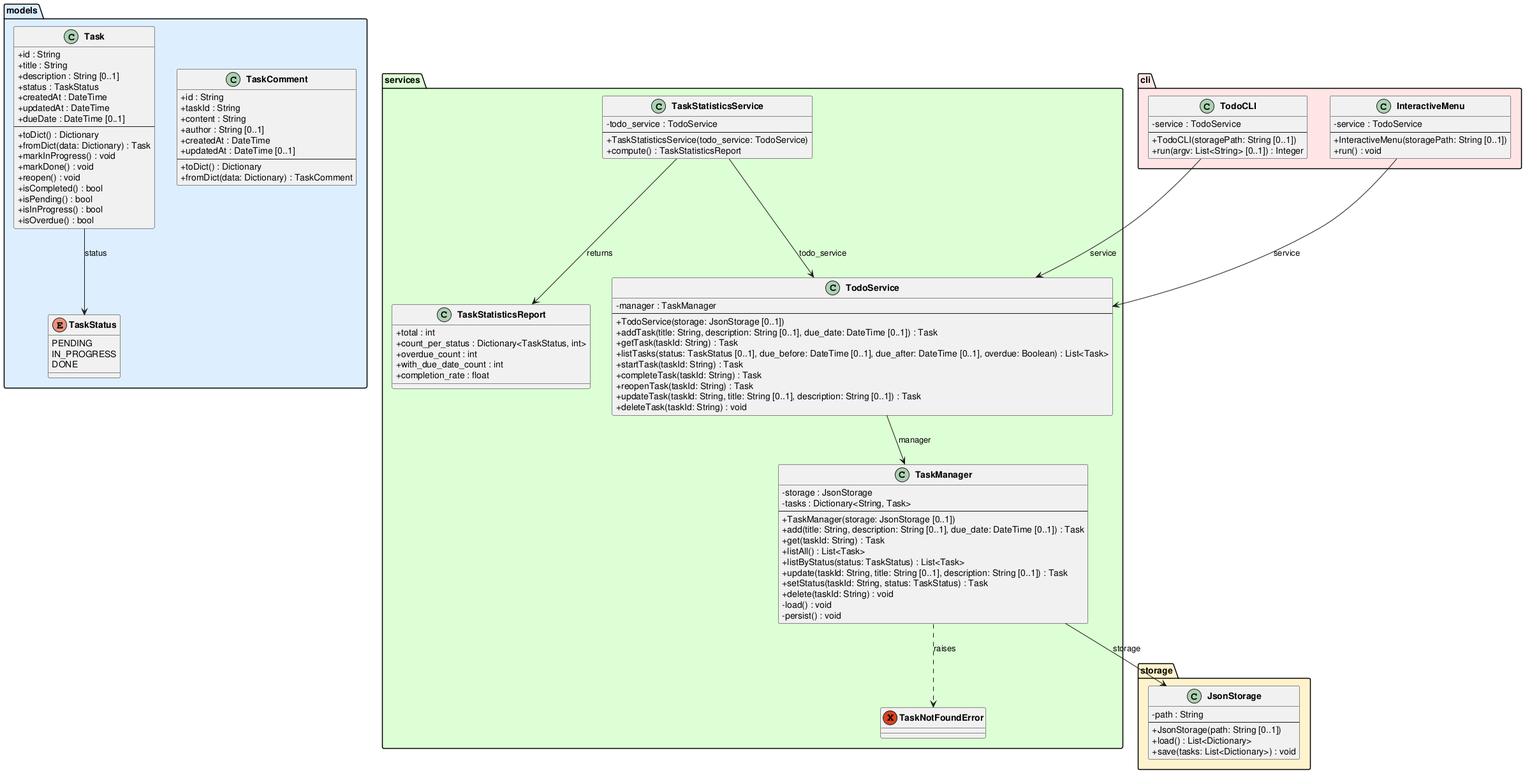
This is experiments/broadcast/test_driven/TODO/artifacts/class_diagram.png from DanielRiha8906/Software_autoevolution_using_agents, a PlantUML export, as it was before one commit.
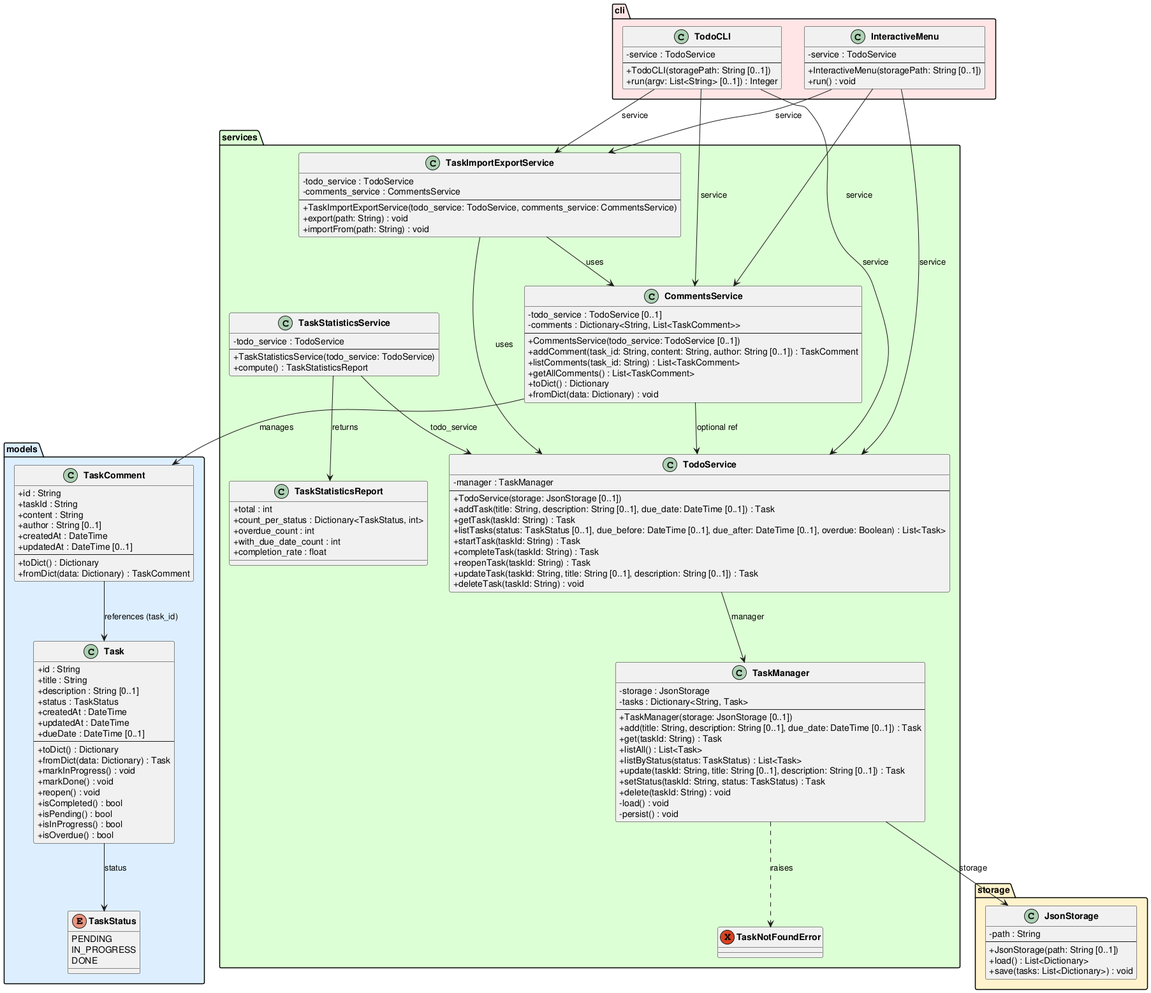
After the commit.

Change to the diagram source:
```diff
@@ -86,6 +86,27 @@
         +deleteTask(taskId: String) : void
     }
 
+    class CommentsService {
+        -todo_service : TodoService [0..1]
+        -comments : Dictionary<String, List<TaskComment>>
+        --
+        +CommentsService(todo_service: TodoService [0..1])
+        +addComment(task_id: String, content: String, author: String [0..1]) : TaskComment
+        +listComments(task_id: String) : List<TaskComment>
+        +getAllComments() : List<TaskComment>
+        +toDict() : Dictionary
+        +fromDict(data: Dictionary) : void
+    }
+
+    class TaskImportExportService {
+        -todo_service : TodoService
+        -comments_service : CommentsService
+        --
+        +TaskImportExportService(todo_service: TodoService, comments_service: CommentsService)
+        +export(path: String) : void
+        +importFrom(path: String) : void
+    }
+
     class TaskStatisticsReport {
         +total : int
         +count_per_status : Dictionary<TaskStatus, int>
@@ -119,12 +140,21 @@
 }
 
 Task --> TaskStatus : status
+TaskComment --> Task : references (task_id)
 TaskManager --> JsonStorage : storage
 TaskManager ..> TaskNotFoundError : raises
 TodoService --> TaskManager : manager
+CommentsService --> TaskComment : manages
+CommentsService --> TodoService : optional ref
+TaskImportExportService --> TodoService : uses
+TaskImportExportService --> CommentsService : uses
 TaskStatisticsService --> TodoService : todo_service
 TaskStatisticsService --> TaskStatisticsReport : returns
 TodoCLI --> TodoService : service
+TodoCLI --> CommentsService : service
+TodoCLI --> TaskImportExportService : service
 InteractiveMenu --> TodoService : service
+InteractiveMenu --> CommentsService : service
+InteractiveMenu --> TaskImportExportService : service
 
 @enduml
```
